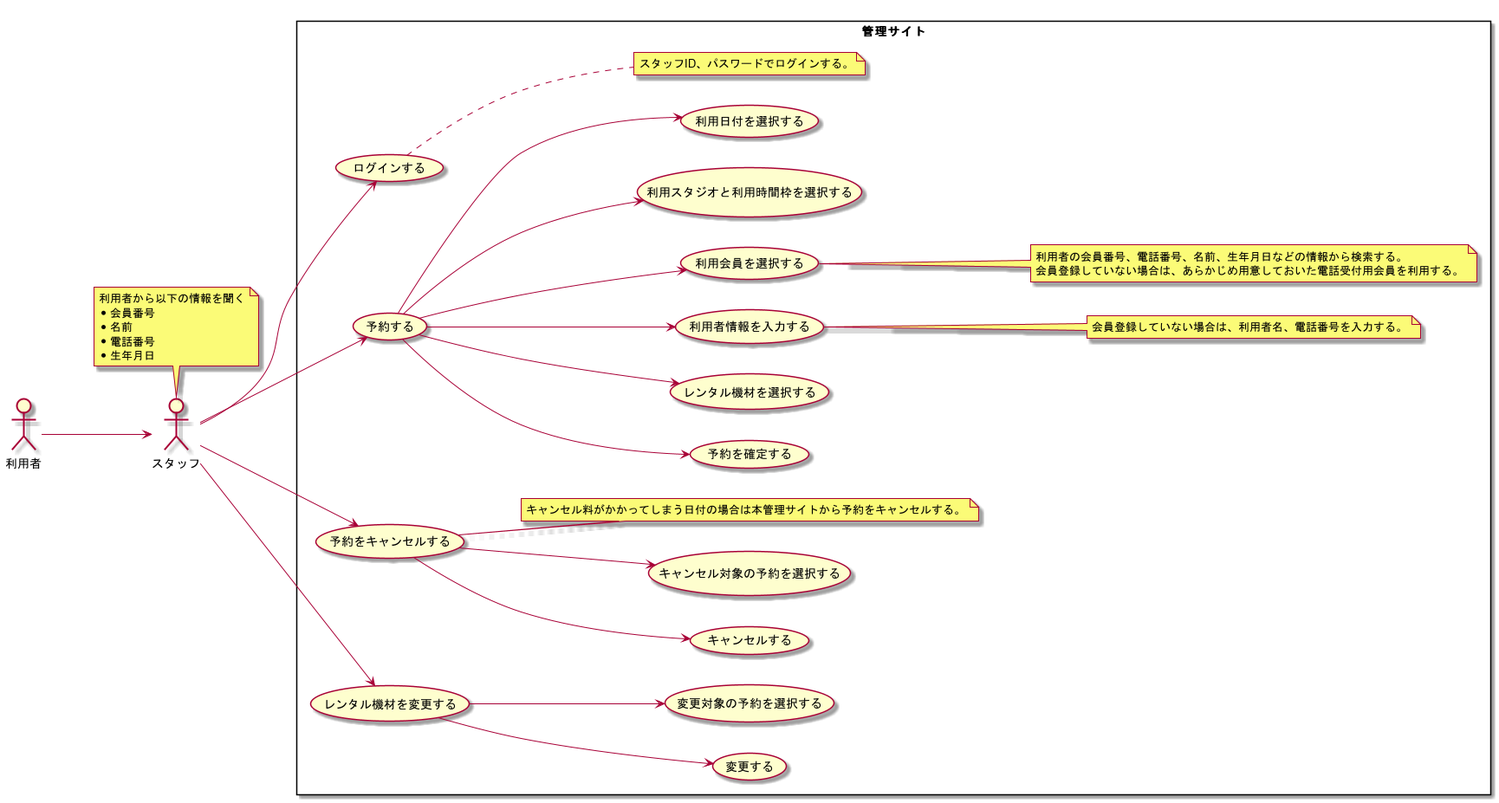
Before: modeling/05_Usecase_電話予約/Usecase.png, a diagram exported from PlantUML (TakashiOnawa/ddd-practice-studio-reservation). Its diagram source:
```plantuml
@startuml Usecase

left to right direction

actor 利用者
actor スタッフ

利用者 --> スタッフ

note top of スタッフ
利用者から以下の情報を聞く
* 会員番号
* 名前
* 電話番号
* 生年月日
end note

rectangle 管理サイト {
    スタッフ --> (ログインする)
    スタッフ --> (予約する)
    (予約する) --> (予約を確定する)
    (予約する) --> (レンタル機材を選択する)
    (予約する) --> (利用者情報を入力する)
    (予約する) --> (利用会員を選択する)
    (予約する) --> (利用スタジオと利用時間枠を選択する)
    (予約する) --> (利用日付を選択する)

    note right of (ログインする)
    スタッフID、パスワードでログインする。
    end note

    note right of (利用会員を選択する)
    利用者の会員番号、電話番号、名前、生年月日などの情報から検索する。
    会員登録していない場合は、あらかじめ用意しておいた電話受付用会員を利用する。
    end note

    note right of (利用者情報を入力する)
    会員登録していない場合は、利用者名、電話番号を入力する。
    end note

    スタッフ --> (予約をキャンセルする)
    (予約をキャンセルする) --> (キャンセルする)
    (予約をキャンセルする) --> (キャンセル対象の予約を選択する)

    note right of (予約をキャンセルする)
    キャンセル料がかかってしまう日付の場合は本管理サイトから予約をキャンセルする。
    end note

    スタッフ --> (レンタル機材を変更する)
    (レンタル機材を変更する) --> (変更する)
    (レンタル機材を変更する) --> (変更対象の予約を選択する)
}

@enduml
```
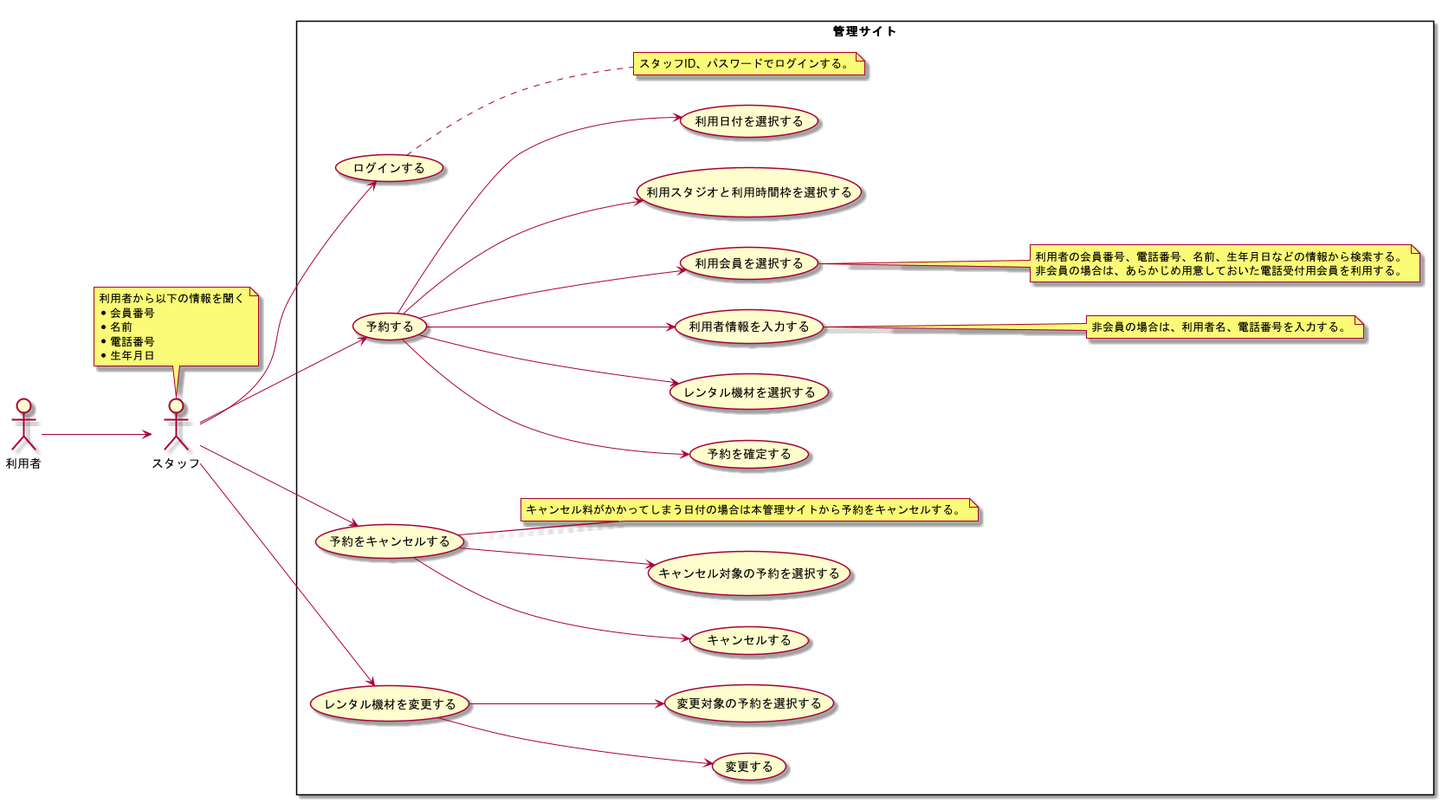
After the change.

Commit message:
会員登録されていないことを非会員という表現に変更。

The edit, as a diff of the source:
```diff
@@ -31,11 +31,11 @@
 
     note right of (利用会員を選択する)
     利用者の会員番号、電話番号、名前、生年月日などの情報から検索する。
-    会員登録していない場合は、あらかじめ用意しておいた電話受付用会員を利用する。
+    非会員の場合は、あらかじめ用意しておいた電話受付用会員を利用する。
     end note
 
     note right of (利用者情報を入力する)
-    会員登録していない場合は、利用者名、電話番号を入力する。
+    非会員の場合は、利用者名、電話番号を入力する。
     end note
 
     スタッフ --> (予約をキャンセルする)
```
